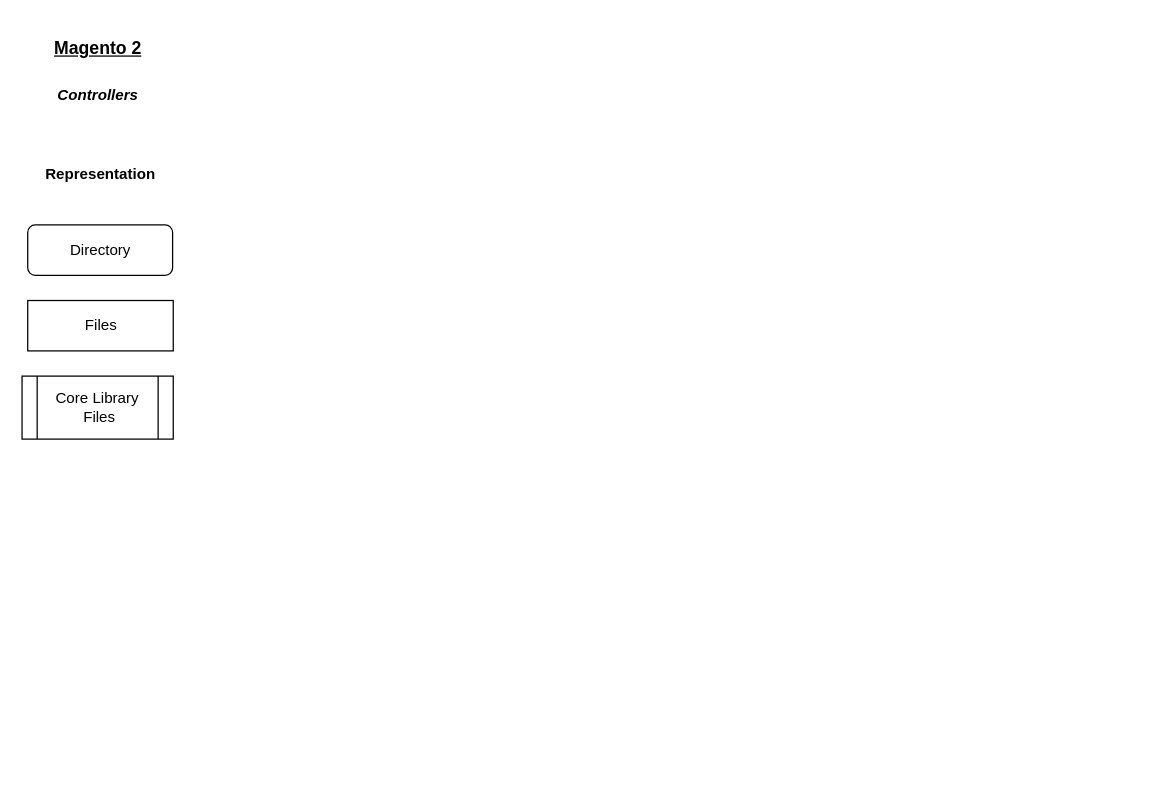
Above: Module-Controller.drawio in tikam512/M2-Graph-Modules (draw.io), before the change. Source tidied: cells renumbered, new cells numbered last; positions are measured from the earlier drawing's top-left corner, leaving out a move shared by most shapes. Both pictures are drawn from the tidied source at 126%, with x=0, y=0 at pixel (21, 35).
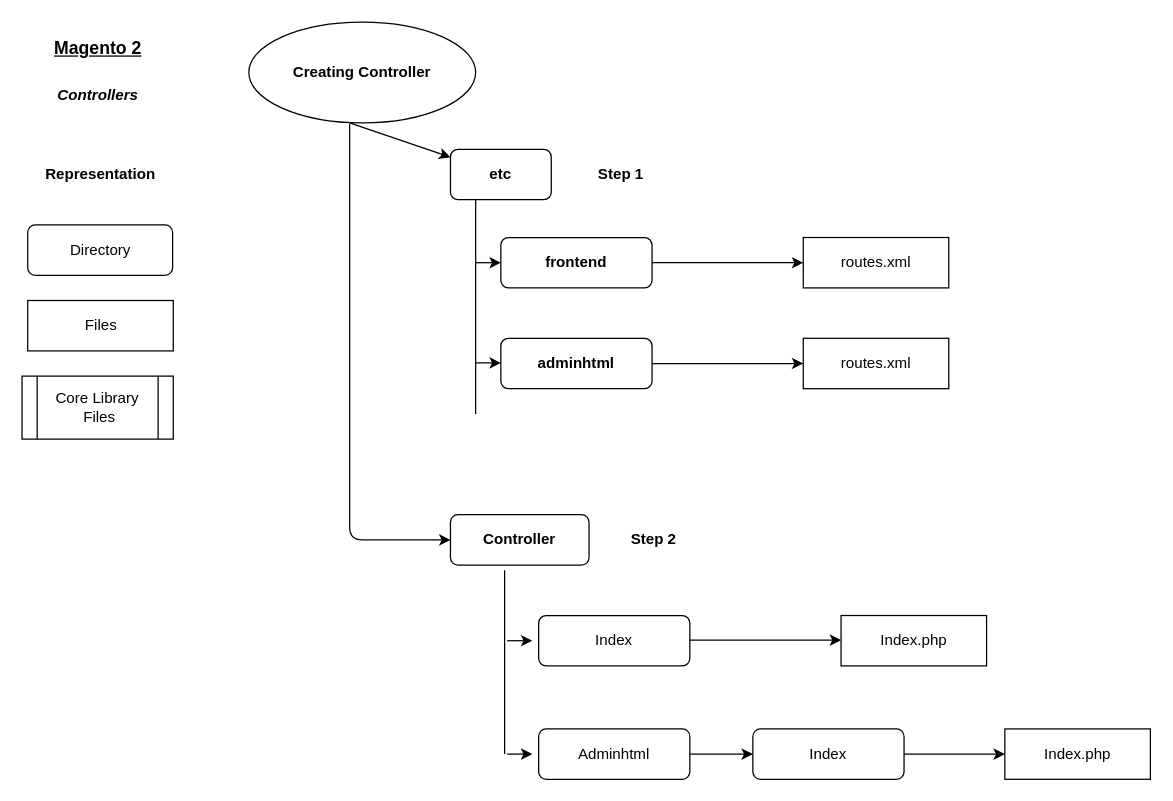
The same page after the edit.

Diff of the diagram source:
```diff
@@
+    <mxCell id="8" value="&lt;b&gt;etc&lt;/b&gt;" style="rounded=1;whiteSpace=wrap;html=1;" parent="1" vertex="1">
+      <mxGeometry x="340" y="90" width="80" height="40" as="geometry" />
+    </mxCell>
+    <mxCell id="9" value="&lt;div&gt;&lt;b&gt;Creating Controller&lt;/b&gt;&lt;/div&gt;" style="ellipse;whiteSpace=wrap;html=1;" parent="1" vertex="1">
+      <mxGeometry x="180" y="-11" width="180" height="80" as="geometry" />
+    </mxCell>
+    <mxCell id="10" style="endArrow=classic;html=1;" parent="1" edge="1" target="8">
+      <mxGeometry relative="1" as="geometry">
+        <mxPoint x="260" y="69" as="sourcePoint" />
+      </mxGeometry>
+    </mxCell>
+    <mxCell id="11" value="&lt;b&gt;Controller&lt;/b&gt;" style="rounded=1;whiteSpace=wrap;html=1;" parent="1" vertex="1">
+      <mxGeometry x="340" y="380" width="110" height="40" as="geometry" />
+    </mxCell>
+    <mxCell id="12" style="endArrow=classic;html=1;entryX=0;entryY=0.5;entryDx=0;entryDy=0;" parent="1" edge="1" target="11">
+      <mxGeometry relative="1" as="geometry">
+        <mxPoint x="260" y="70" as="sourcePoint" />
+        <Array as="points">
+          <mxPoint x="260" y="400" />
+        </Array>
+      </mxGeometry>
+    </mxCell>
+    <mxCell id="13" value="&lt;b&gt;frontend&lt;/b&gt;" style="rounded=1;whiteSpace=wrap;html=1;" parent="1" vertex="1">
+      <mxGeometry x="380" y="160" width="120" height="40" as="geometry" />
+    </mxCell>
+    <mxCell id="14" value="&lt;b&gt;adminhtml&lt;/b&gt;" style="rounded=1;whiteSpace=wrap;html=1;" parent="1" vertex="1">
+      <mxGeometry x="380" y="240" width="120" height="40" as="geometry" />
+    </mxCell>
+    <mxCell id="15" style="endArrow=none;html=1;" parent="1" edge="1">
+      <mxGeometry relative="1" as="geometry">
+        <mxPoint x="360" y="300" as="sourcePoint" />
+        <mxPoint x="360" y="130" as="targetPoint" />
+      </mxGeometry>
+    </mxCell>
+    <mxCell id="16" style="endArrow=classic;html=1;" parent="1" edge="1" target="13">
+      <mxGeometry relative="1" as="geometry">
+        <mxPoint x="360" y="180" as="sourcePoint" />
+      </mxGeometry>
+    </mxCell>
+    <mxCell id="17" style="endArrow=classic;html=1;" parent="1" edge="1">
+      <mxGeometry relative="1" as="geometry">
+        <mxPoint x="360" y="259.5" as="sourcePoint" />
+        <mxPoint x="380" y="259.5" as="targetPoint" />
+      </mxGeometry>
+    </mxCell>
+    <mxCell id="18" style="endArrow=classic;html=1;exitX=1;exitY=0.5;exitDx=0;exitDy=0;" parent="1" edge="1" source="13">
+      <mxGeometry relative="1" as="geometry">
+        <mxPoint x="620" y="180" as="targetPoint" />
+      </mxGeometry>
+    </mxCell>
+    <mxCell id="19" style="endArrow=classic;html=1;exitX=1;exitY=0.5;exitDx=0;exitDy=0;" parent="1" edge="1" source="14">
+      <mxGeometry relative="1" as="geometry">
+        <mxPoint x="620" y="260" as="targetPoint" />
+      </mxGeometry>
+    </mxCell>
+    <mxCell id="20" value="routes.xml" style="rounded=0;whiteSpace=wrap;html=1;" parent="1" vertex="1">
+      <mxGeometry x="620" y="160" width="115.5" height="40" as="geometry" />
+    </mxCell>
+    <mxCell id="21" value="routes.xml" style="rounded=0;whiteSpace=wrap;html=1;" parent="1" vertex="1">
+      <mxGeometry x="620" y="240" width="115.5" height="40" as="geometry" />
+    </mxCell>
+    <mxCell id="22" style="endArrow=none;html=1;entryX=0.391;entryY=1.1;entryDx=0;entryDy=0;entryPerimeter=0;" parent="1" edge="1" target="11">
+      <mxGeometry relative="1" as="geometry">
+        <mxPoint x="383" y="570" as="sourcePoint" />
+      </mxGeometry>
+    </mxCell>
+    <mxCell id="23" style="endArrow=classic;html=1;" parent="1" edge="1">
+      <mxGeometry relative="1" as="geometry">
+        <mxPoint x="385" y="480" as="sourcePoint" />
+        <mxPoint x="405" y="480" as="targetPoint" />
+      </mxGeometry>
+    </mxCell>
+    <mxCell id="24" value="Index" style="rounded=1;whiteSpace=wrap;html=1;" parent="1" vertex="1">
+      <mxGeometry x="410" y="460" width="120" height="40" as="geometry" />
+    </mxCell>
+    <mxCell id="25" style="endArrow=classic;html=1;exitX=1;exitY=0.5;exitDx=0;exitDy=0;" parent="1" edge="1">
+      <mxGeometry relative="1" as="geometry">
+        <mxPoint x="530" y="479.5" as="sourcePoint" />
+        <mxPoint x="650" y="479.5" as="targetPoint" />
+      </mxGeometry>
+    </mxCell>
+    <mxCell id="26" value="Index.php" style="rounded=0;whiteSpace=wrap;html=1;" parent="1" vertex="1">
+      <mxGeometry x="650" y="460" width="115.5" height="40" as="geometry" />
+    </mxCell>
+    <mxCell id="27" style="endArrow=classic;html=1;" parent="1" edge="1">
+      <mxGeometry relative="1" as="geometry">
+        <mxPoint x="385" y="570" as="sourcePoint" />
+        <mxPoint x="405" y="570" as="targetPoint" />
+      </mxGeometry>
+    </mxCell>
+    <mxCell id="28" style="edgeStyle=orthogonalEdgeStyle;rounded=0;jettySize=auto;html=1;" parent="1" edge="1" source="29" target="32">
+      <mxGeometry relative="1" as="geometry" />
+    </mxCell>
+    <mxCell id="29" value="Adminhtml" style="rounded=1;whiteSpace=wrap;html=1;" parent="1" vertex="1">
+      <mxGeometry x="410" y="550" width="120" height="40" as="geometry" />
+    </mxCell>
+    <mxCell id="30" value="Index.php" style="rounded=0;whiteSpace=wrap;html=1;" parent="1" vertex="1">
+      <mxGeometry x="780" y="550" width="115.5" height="40" as="geometry" />
+    </mxCell>
+    <mxCell id="31" style="edgeStyle=orthogonalEdgeStyle;rounded=0;jettySize=auto;html=1;" parent="1" edge="1" source="32" target="30">
+      <mxGeometry relative="1" as="geometry" />
+    </mxCell>
+    <mxCell id="32" value="Index" style="rounded=1;whiteSpace=wrap;html=1;" parent="1" vertex="1">
+      <mxGeometry x="580" y="550" width="120" height="40" as="geometry" />
+    </mxCell>
+    <mxCell id="33" value="&lt;b&gt;Step 1&lt;/b&gt;" style="text;html=1;align=center;verticalAlign=middle;" parent="1" vertex="1">
+      <mxGeometry x="445" y="100" width="60" height="20" as="geometry" />
+    </mxCell>
+    <mxCell id="34" value="&lt;div&gt;&lt;b&gt;Step 2&lt;/b&gt;&lt;/div&gt;" style="text;html=1;align=center;verticalAlign=middle;" parent="1" vertex="1">
+      <mxGeometry x="471" y="390" width="60" height="20" as="geometry" />
+    </mxCell>
```
